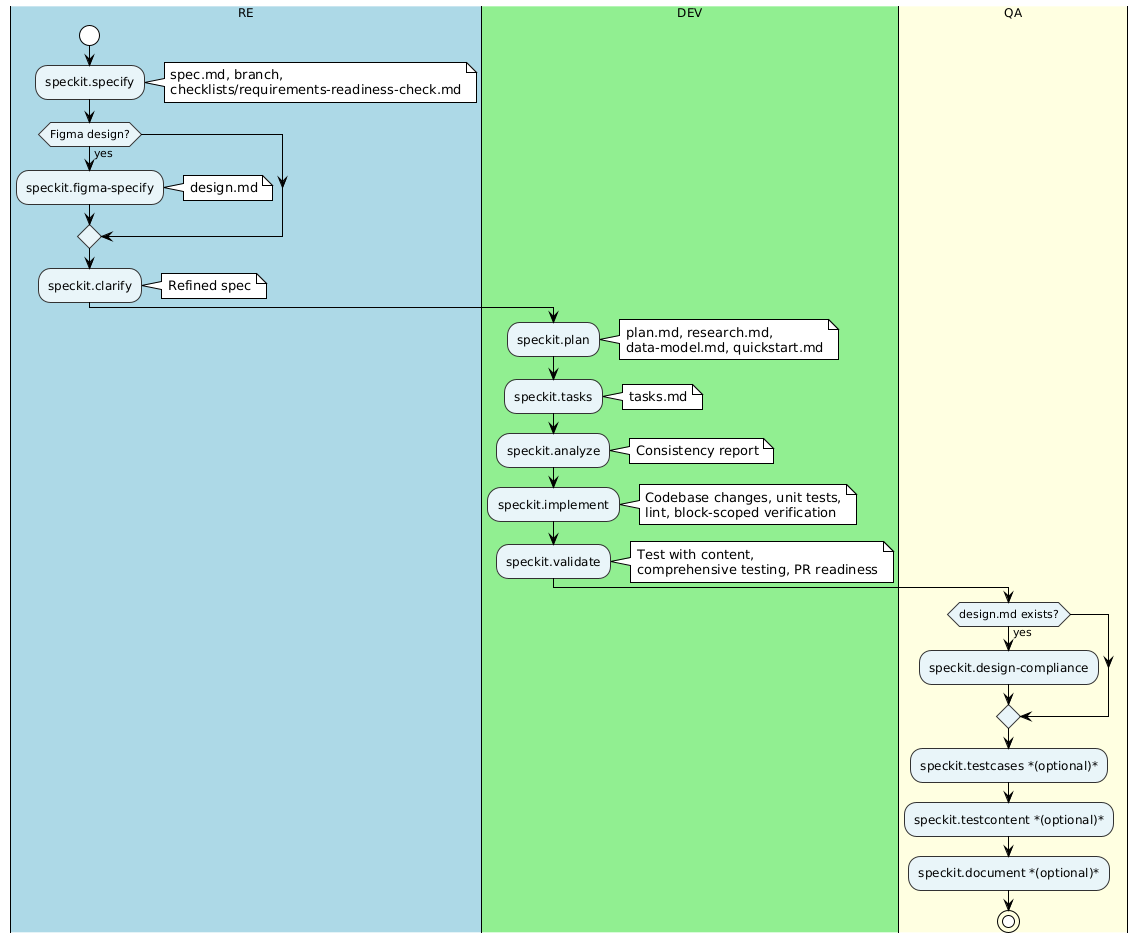
Earlier version of the PlantUML export .specify/docs/diagrams/speckit-activity.png (mariorodriguez-creator/nitroblocks).
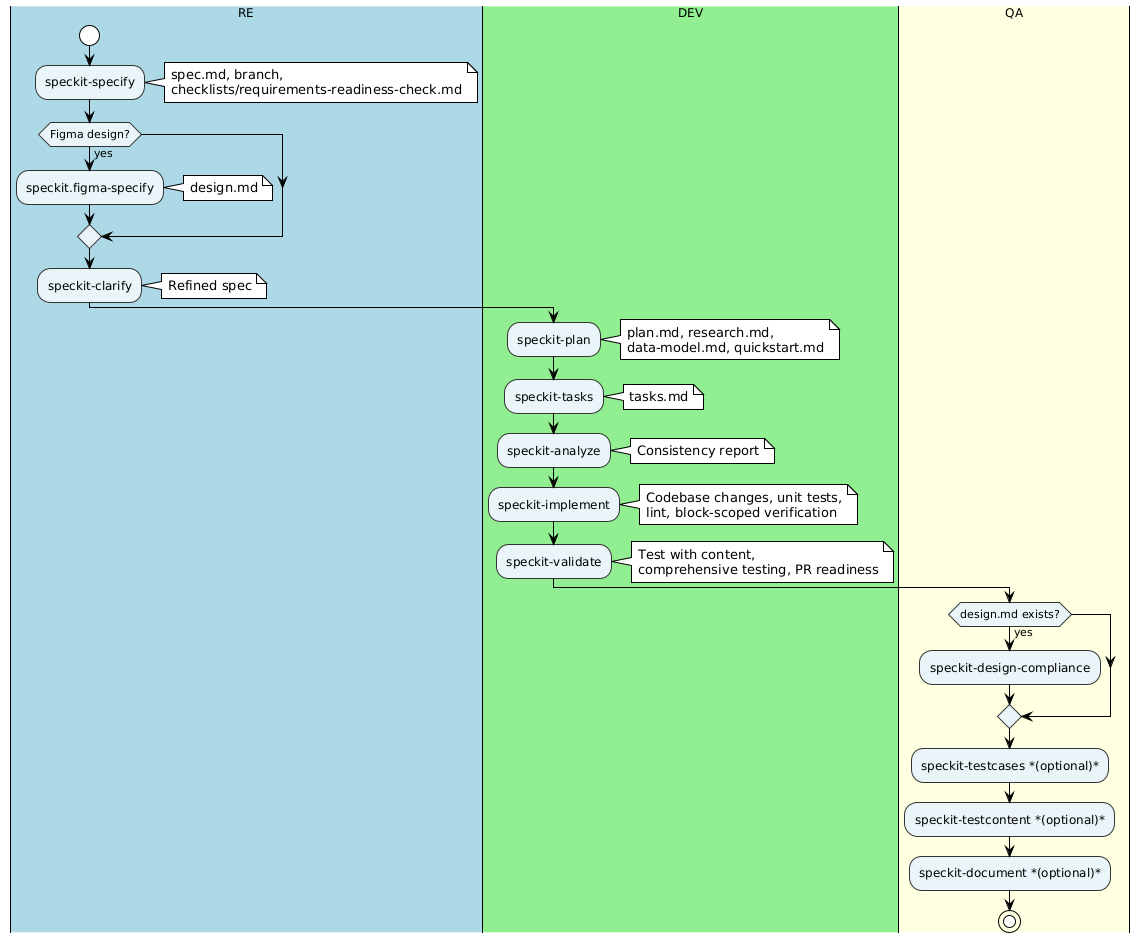
After the change.

Change to the diagram source:
```diff
@@ -6,31 +6,31 @@
 
 |#LightBlue|RE|
 start
-:speckit.specify;
+:speckit-specify;
 note right: spec.md, branch,\nchecklists/requirements-readiness-check.md
 if (Figma design?) then (yes)
   :speckit.figma-specify;
   note right: design.md
 endif
-:speckit.clarify;
+:speckit-clarify;
 note right: Refined spec
 |#LightGreen|DEV|
-:speckit.plan;
+:speckit-plan;
 note right: plan.md, research.md,\ndata-model.md, quickstart.md
-:speckit.tasks;
+:speckit-tasks;
 note right: tasks.md
-:speckit.analyze;
+:speckit-analyze;
 note right: Consistency report
-:speckit.implement;
+:speckit-implement;
 note right: Codebase changes, unit tests,\nlint, block-scoped verification
-:speckit.validate;
+:speckit-validate;
 note right: Test with content,\ncomprehensive testing, PR readiness
 |#LightYellow|QA|
 if (design.md exists?) then (yes)
-  :speckit.design-compliance;
+  :speckit-design-compliance;
 endif
-:speckit.testcases *(optional)*;
-:speckit.testcontent *(optional)*;
-:speckit.document *(optional)*;
+:speckit-testcases *(optional)*;
+:speckit-testcontent *(optional)*;
+:speckit-document *(optional)*;
 stop
 @enduml
```
